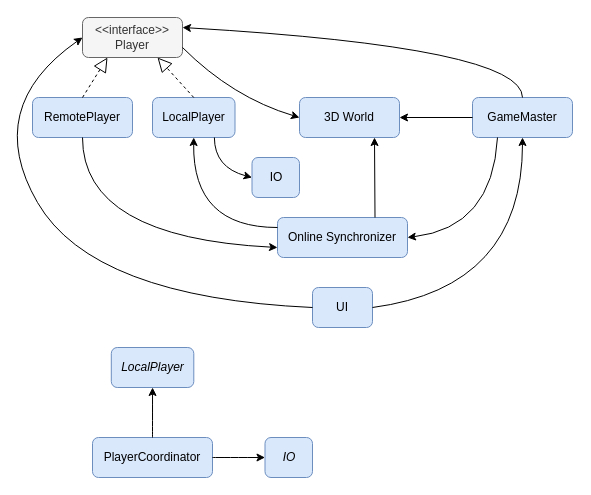
joonashalinen/bloxu keeps this draw.io diagram as docs/service_architecture.drawio. Above is the earlier version. Source tidied: cells renumbered, new cells numbered last; positions are measured from the earlier drawing's top-left corner, leaving out a move shared by most shapes. Both pictures are drawn from the tidied source at 100%, with x=0, y=0 at pixel (-18, 17).
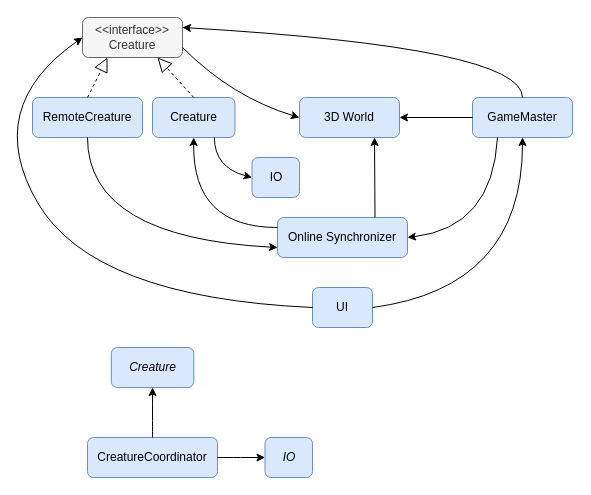
The same page after the edit.

The change refers to these unchanged cells:
```xml
<mxCell id="9" value="Online Synchronizer" style="rounded=1;whiteSpace=wrap;html=1;fillColor=#dae8fc;strokeColor=#6c8ebf;" parent="1" vertex="1">
  <mxGeometry x="295" y="200" width="130" height="40" as="geometry" />
</mxCell>
```

What changed in the source:
```diff
@@
-    <mxCell id="3" value="&amp;lt;&amp;lt;interface&amp;gt;&amp;gt;&lt;br&gt;Player" style="rounded=1;whiteSpace=wrap;html=1;fillColor=#f5f5f5;strokeColor=#666666;fontColor=#333333;" parent="1" vertex="1">
+    <mxCell id="3" value="&amp;lt;&amp;lt;interface&amp;gt;&amp;gt;&lt;br&gt;Creature" style="rounded=1;whiteSpace=wrap;html=1;fillColor=#f5f5f5;strokeColor=#666666;fontColor=#333333;" parent="1" vertex="1">
       <mxGeometry x="100" width="100" height="40" as="geometry" />
     </mxCell>
@@
-    <mxCell id="10" value="RemotePlayer" style="rounded=1;whiteSpace=wrap;html=1;fillColor=#dae8fc;strokeColor=#6c8ebf;" parent="1" vertex="1">
-      <mxGeometry x="50" y="80" width="100" height="40" as="geometry" />
+    <mxCell id="10" value="RemoteCreature" style="rounded=1;whiteSpace=wrap;html=1;fillColor=#dae8fc;strokeColor=#6c8ebf;" parent="1" vertex="1">
+      <mxGeometry x="50" y="80" width="110" height="40" as="geometry" />
     </mxCell>
@@
-    <mxCell id="12" value="LocalPlayer" style="rounded=1;whiteSpace=wrap;html=1;fillColor=#dae8fc;strokeColor=#6c8ebf;" parent="1" vertex="1">
+    <mxCell id="12" value="Creature" style="rounded=1;whiteSpace=wrap;html=1;fillColor=#dae8fc;strokeColor=#6c8ebf;" parent="1" vertex="1">
       <mxGeometry x="170" y="80" width="82.5" height="40" as="geometry" />
     </mxCell>
@@
     <mxCell id="18" style="endArrow=classic;html=1;exitX=0.5;exitY=1;exitDx=0;exitDy=0;entryX=0;entryY=0.75;entryDx=0;entryDy=0;curved=1;" parent="1" edge="1" source="10" target="9">
       <mxGeometry relative="1" as="geometry">
         <Array as="points">
-          <mxPoint x="100" y="220" />
+          <mxPoint x="105" y="220" />
         </Array>
       </mxGeometry>
     </mxCell>
@@
-    <mxCell id="22" value="PlayerCoordinator" style="rounded=1;whiteSpace=wrap;html=1;fillColor=#dae8fc;strokeColor=#6c8ebf;" parent="1" vertex="1">
-      <mxGeometry x="110" y="420" width="120" height="40" as="geometry" />
+    <mxCell id="22" value="CreatureCoordinator" style="rounded=1;whiteSpace=wrap;html=1;fillColor=#dae8fc;strokeColor=#6c8ebf;" parent="1" vertex="1">
+      <mxGeometry x="105" y="420" width="130" height="40" as="geometry" />
     </mxCell>
@@
-    <mxCell id="24" value="&lt;i&gt;LocalPlayer&lt;/i&gt;" style="rounded=1;whiteSpace=wrap;html=1;fillColor=#dae8fc;strokeColor=#6c8ebf;" parent="1" vertex="1">
+    <mxCell id="24" value="&lt;i&gt;Creature&lt;/i&gt;" style="rounded=1;whiteSpace=wrap;html=1;fillColor=#dae8fc;strokeColor=#6c8ebf;" parent="1" vertex="1">
       <mxGeometry x="128.8" y="330" width="82.5" height="40" as="geometry" />
     </mxCell>
```
